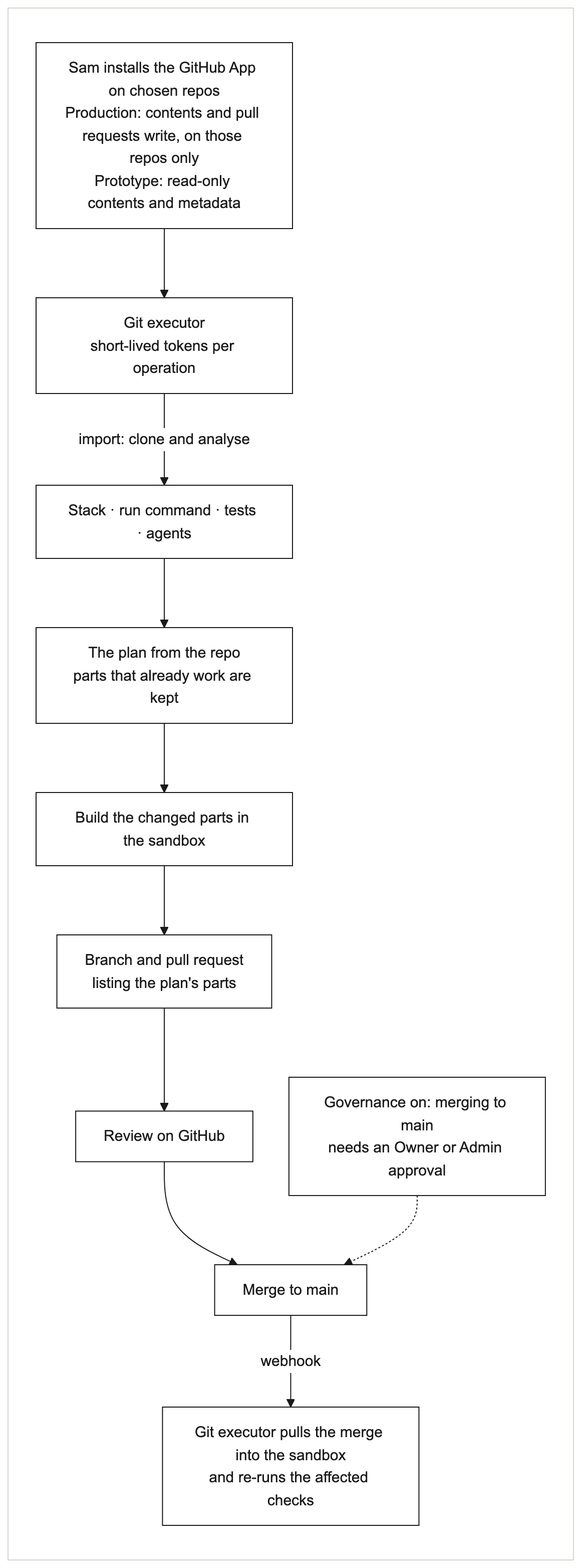
This is docs/product/diagrams/A7-github-flow.png from netanyaj/architect-2, a Mermaid export, as it was before one commit. Its source is kept beside it as docs/product/diagrams/src/A7-github-flow.mmd.
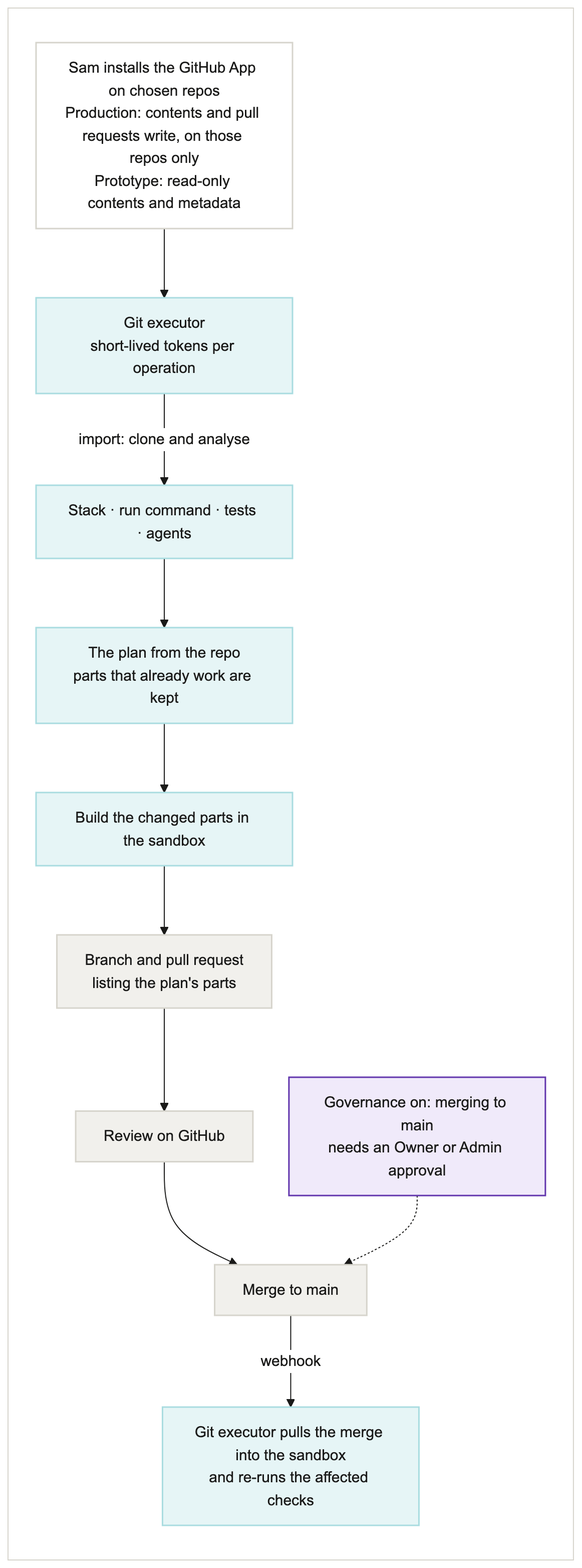
After the change.

What changed in the source:
```diff
@@ -1,4 +1,4 @@
-%%{init: {"theme":"base","themeVariables":{"fontFamily":"Arial","fontSize":"15px","primaryColor":"#FFFFFF","primaryBorderColor":"#1A1A19","primaryTextColor":"#1A1A19","lineColor":"#1A1A19","secondaryColor":"#FFFFFF","tertiaryColor":"#FFFFFF","clusterBkg":"#F5F4F0","clusterBorder":"#D6D4CC","edgeLabelBackground":"#FFFFFF","actorBkg":"#FFFFFF","actorBorder":"#1A1A19","actorTextColor":"#1A1A19","actorLineColor":"#A8A69F","signalColor":"#1A1A19","signalTextColor":"#1A1A19","noteBkgColor":"#F5F4F0","noteBorderColor":"#D6D4CC","noteTextColor":"#42413D","labelBoxBkgColor":"#FFFFFF","labelBoxBorderColor":"#1A1A19","labelTextColor":"#1A1A19","loopTextColor":"#1A1A19","activationBkgColor":"#F5F4F0","activationBorderColor":"#1A1A19","sequenceNumberColor":"#FFFFFF"},"flowchart":{"curve":"basis","padding":14,"nodeSpacing":36,"rankSpacing":44}}}%%
+%%{init: {"theme":"base","themeVariables":{"fontFamily":"Arial","fontSize":"15px","primaryColor":"#FFFFFF","primaryBorderColor":"#1A1A19","primaryTextColor":"#1A1A19","lineColor":"#1A1A19","secondaryColor":"#FFFFFF","tertiaryColor":"#FFFFFF","clusterBkg":"#FFFFFF","clusterBorder":"#D6D4CC","edgeLabelBackground":"#FFFFFF","actorBkg":"#FFFFFF","actorBorder":"#1A1A19","actorTextColor":"#1A1A19","actorLineColor":"#A8A69F","signalColor":"#1A1A19","signalTextColor":"#1A1A19","noteBkgColor":"#FFFFFF","noteBorderColor":"#D6D4CC","noteTextColor":"#1A1A19","labelBoxBkgColor":"#FFFFFF","labelBoxBorderColor":"#1A1A19","labelTextColor":"#1A1A19","loopTextColor":"#1A1A19","activationBkgColor":"#F5F4F0","activationBorderColor":"#1A1A19","sequenceNumberColor":"#FFFFFF","textColor":"#1A1A19","titleColor":"#1A1A19","nodeTextColor":"#1A1A19"},"flowchart":{"curve":"basis","padding":14,"nodeSpacing":36,"rankSpacing":44}}}%%
 flowchart TB
   subgraph CARD[" "]
     direction TB
@@ -13,4 +13,14 @@
     POL["Governance on: merging to main<br/>needs an Owner or Admin approval"] -.-> MRG
     MRG -- "webhook" --> SYNC["Git executor pulls the merge into the sandbox<br/>and re-runs the affected checks"]
   end
-  style CARD fill:#FFFFFF,stroke:#D6D4CC
+  classDef people fill:#FFFFFF,stroke:#D6D4CC,stroke-width:1.5px,color:#1A1A19
+  classDef control fill:#EEEAFB,stroke:#C9BEF2,stroke-width:1.5px,color:#1A1A19
+  classDef cell fill:#E6F5F6,stroke:#A9DCE0,stroke-width:1.5px,color:#1A1A19
+  classDef studio fill:#E8F1E6,stroke:#B7D3B0,stroke-width:1.5px,color:#1A1A19
+  classDef outside fill:#F1F0EC,stroke:#D6D4CC,stroke-width:1.5px,color:#1A1A19
+  classDef approval fill:#F0EAFA,stroke:#6236AD,stroke-width:1.5px,color:#1A1A19
+  class U people
+  class GE,AN,PL,BLD,SYNC cell
+  class PR,REV,MRG outside
+  class POL approval
+  style CARD fill:#FFFFFF,stroke:#D6D4CC,color:#1A1A19
```
